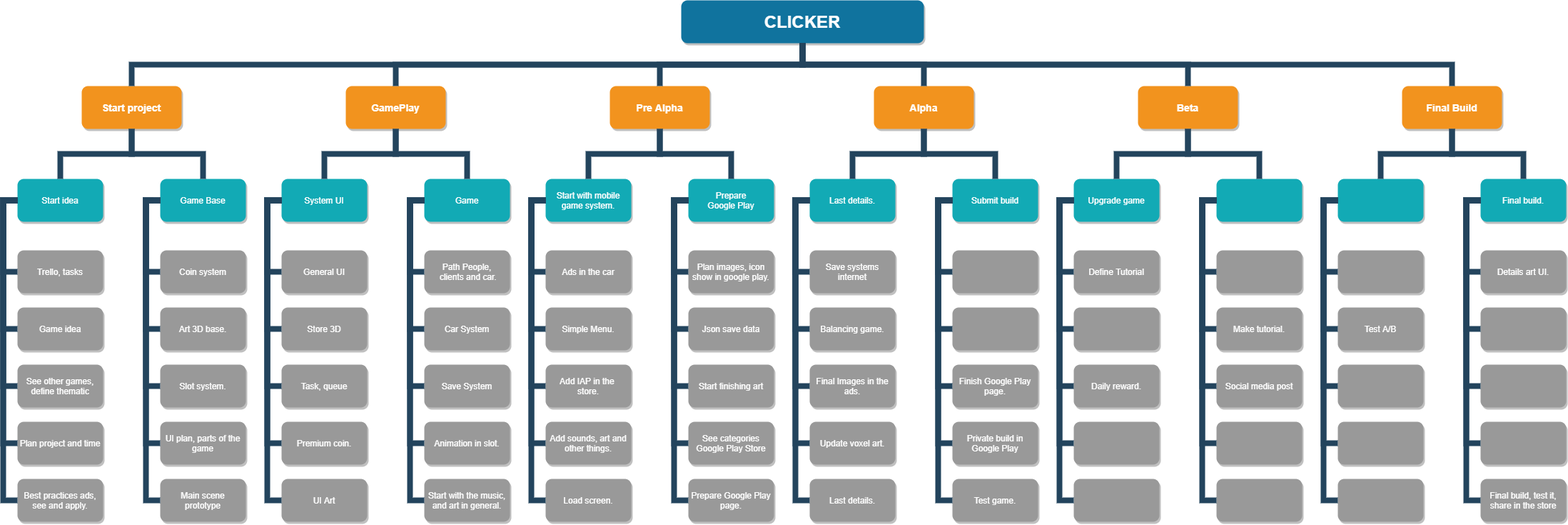
This is UML/PlanDiagram.png from david444456/NildaEstetica, a draw.io export, as it was before one commit. Source tidied: cells renumbered, new cells last; positions are measured from the earlier drawing's top-left corner, leaving out a move shared by most shapes.
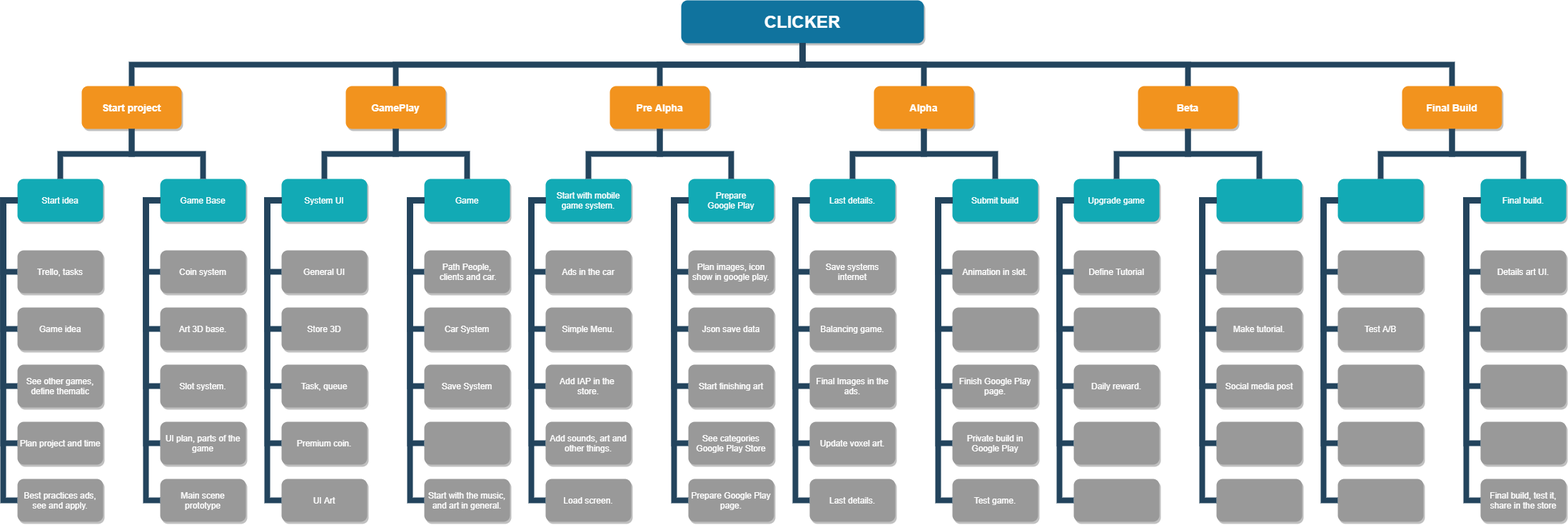
The same file after the commit.

What changed in the source:
```diff
@@ -89,7 +89,7 @@
     <mxCell id="30" value="Save System" style="whiteSpace=wrap;rounded=1;fillColor=#999999;strokeColor=none;shadow=1;fontColor=#FFFFFF;fontStyle=0;" parent="1" vertex="1">
       <mxGeometry x="590" y="510" width="120" height="60" as="geometry" />
     </mxCell>
-    <mxCell id="31" value="Animation in slot." style="whiteSpace=wrap;rounded=1;fillColor=#999999;strokeColor=none;shadow=1;fontColor=#FFFFFF;fontStyle=0;" parent="1" vertex="1">
+    <mxCell id="31" style="whiteSpace=wrap;rounded=1;fillColor=#999999;strokeColor=none;shadow=1;fontColor=#FFFFFF;fontStyle=0;" parent="1" vertex="1">
       <mxGeometry x="590" y="590" width="120" height="60" as="geometry" />
     </mxCell>
     <mxCell id="32" value="Start with the music, and art in general." style="whiteSpace=wrap;rounded=1;fillColor=#999999;strokeColor=none;shadow=1;fontColor=#FFFFFF;fontStyle=0;" parent="1" vertex="1">
@@ -375,7 +375,7 @@
     <mxCell id="85" value="Last details." style="whiteSpace=wrap;rounded=1;fillColor=#999999;strokeColor=none;shadow=1;fontColor=#FFFFFF;fontStyle=0;" parent="1" vertex="1">
       <mxGeometry x="1130" y="670" width="120" height="60" as="geometry" />
     </mxCell>
-    <mxCell id="86" style="whiteSpace=wrap;rounded=1;fillColor=#999999;strokeColor=none;shadow=1;fontColor=#FFFFFF;fontStyle=0;" parent="1" vertex="1">
+    <mxCell id="86" value="Animation in slot." style="whiteSpace=wrap;rounded=1;fillColor=#999999;strokeColor=none;shadow=1;fontColor=#FFFFFF;fontStyle=0;" parent="1" vertex="1">
       <mxGeometry x="1330" y="350" width="120" height="60" as="geometry" />
     </mxCell>
     <mxCell id="87" style="whiteSpace=wrap;rounded=1;fillColor=#999999;strokeColor=none;shadow=1;fontColor=#FFFFFF;fontStyle=0;" parent="1" vertex="1">
```
